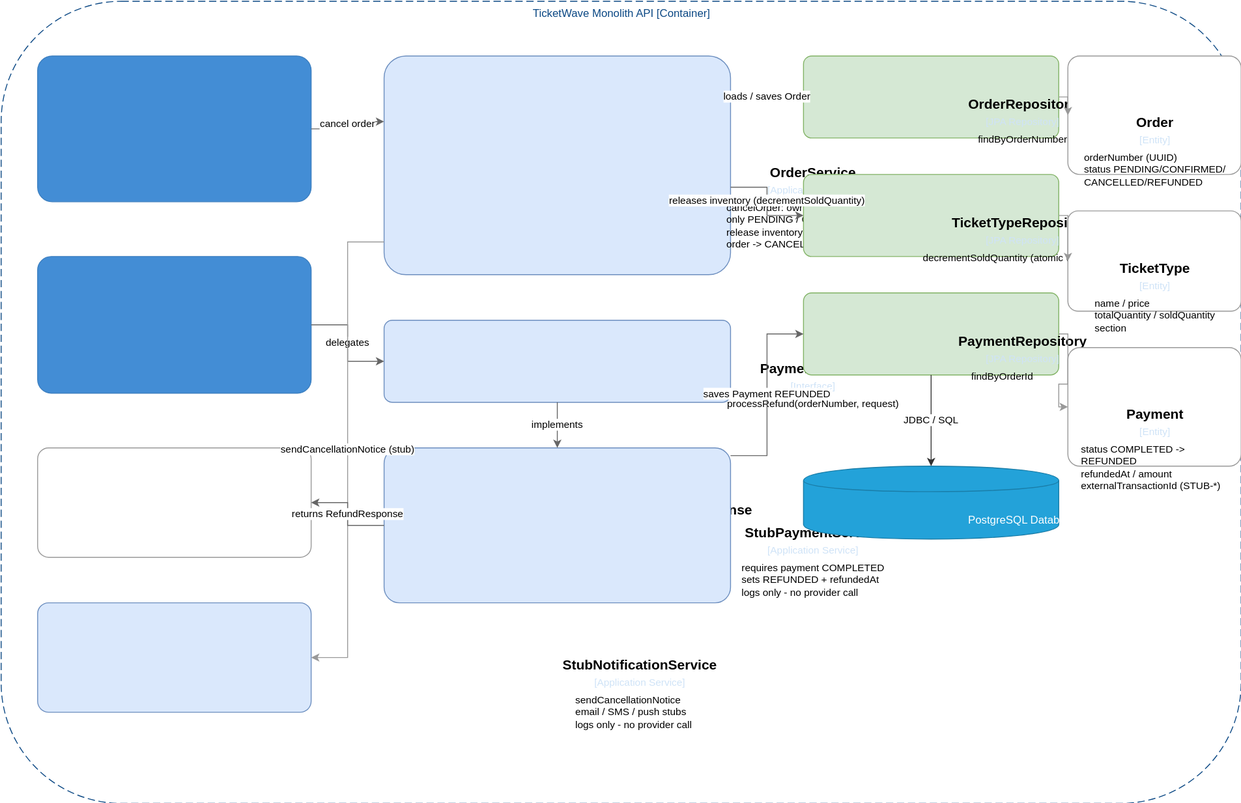
This is diagrams/c4model/ticketwave-c3-refunds-cancellations.drawio.svg from Juanchoque1206/soe-TicketWave, a draw.io export, as it was before one commit. Source tidied: cells renumbered, new cells last; positions are measured from the earlier drawing's top-left corner, leaving out a move shared by most shapes.
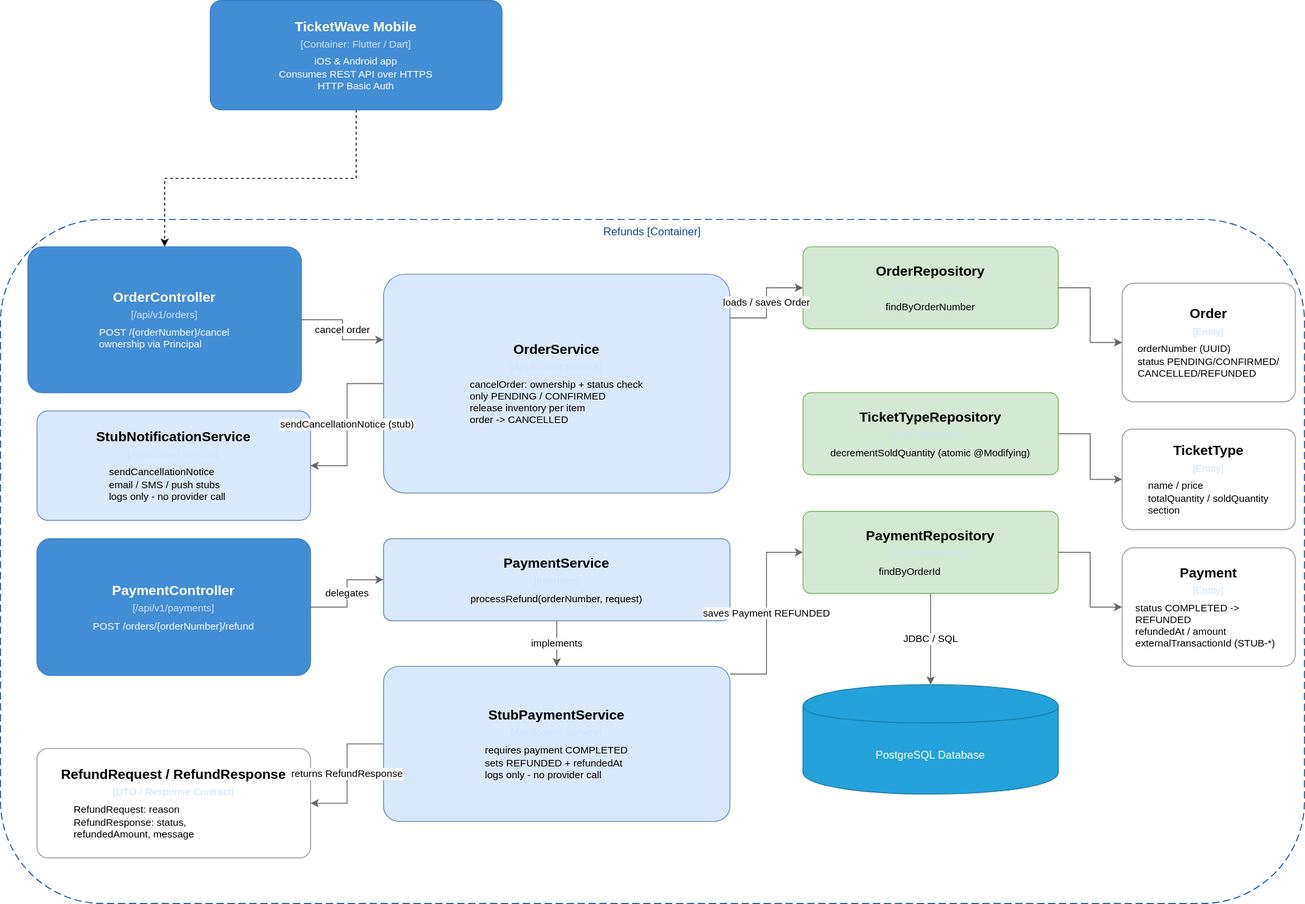
Later version of the same file.

The edit, as a diff of the source:
```diff
@@ -2,20 +2,20 @@
   <root>
     <mxCell id="0" />
     <mxCell id="1" parent="0" />
-    <mxCell id="2" value="TicketWave Monolith API [Container]" style="group;rounded=1;whiteSpace=wrap;html=1;dashed=1;strokeColor=#0b4884;fillColor=none;fontColor=#0b4884;dashPattern=8 4;" parent="1" vertex="1">
-      <mxGeometry width="1360" height="880" as="geometry" />
+    <mxCell id="2" value="Refunds [Container]" style="group;rounded=1;whiteSpace=wrap;html=1;dashed=1;strokeColor=#0b4884;fillColor=none;fontColor=#0b4884;dashPattern=8 4;" parent="1" vertex="1">
+      <mxGeometry width="1430" height="750" as="geometry" />
     </mxCell>
     <mxCell id="3" value="&lt;div style=&quot;border-color: rgb(218, 220, 224); font-size: 15px; font-weight: bold; margin-bottom: 4px;&quot;&gt;OrderController&lt;/div&gt;&lt;div style=&quot;border-color: rgb(218, 220, 224); font-size: 11px; color: rgb(207, 227, 247); margin-bottom: 6px;&quot;&gt;[/api/v1/orders]&lt;/div&gt;&lt;div style=&quot;border-color: rgb(218, 220, 224); font-size: 11px; text-align: left; padding: 0px 14px;&quot;&gt;POST /{orderNumber}/cancel&lt;/div&gt;&lt;div style=&quot;border-color: rgb(218, 220, 224); font-size: 11px; text-align: left; padding: 0px 14px;&quot;&gt;ownership via Principal&lt;/div&gt;" style="rounded=1;whiteSpace=wrap;html=1;fillColor=#438dd5;strokeColor=#3c7fc0;fontColor=#ffffff;arcSize=10;" parent="1" vertex="1">
-      <mxGeometry x="40" y="60" width="300" height="160" as="geometry" />
+      <mxGeometry x="30" y="30" width="300" height="160" as="geometry" />
     </mxCell>
     <mxCell id="4" value="&lt;div style=&quot;border-color: rgb(218, 220, 224); font-size: 15px; font-weight: bold; margin-bottom: 4px;&quot;&gt;PaymentController&lt;/div&gt;&lt;div style=&quot;border-color: rgb(218, 220, 224); font-size: 11px; color: rgb(207, 227, 247); margin-bottom: 6px;&quot;&gt;[/api/v1/payments]&lt;/div&gt;&lt;div style=&quot;border-color: rgb(218, 220, 224); font-size: 11px; text-align: left; padding: 0px 14px;&quot;&gt;POST /orders/{orderNumber}/refund&lt;/div&gt;" style="rounded=1;whiteSpace=wrap;html=1;fillColor=#438dd5;strokeColor=#3c7fc0;fontColor=#ffffff;arcSize=10;" parent="1" vertex="1">
-      <mxGeometry x="40" y="280" width="300" height="150" as="geometry" />
+      <mxGeometry x="40" y="350" width="300" height="150" as="geometry" />
     </mxCell>
     <mxCell id="5" value="&lt;div style=&quot;border-color: rgb(218, 220, 224); font-size: 15px; font-weight: bold; margin-bottom: 4px;&quot;&gt;RefundRequest / RefundResponse&lt;/div&gt;&lt;div style=&quot;border-color: rgb(218, 220, 224); font-size: 11px; color: rgb(207, 227, 247); margin-bottom: 6px;&quot;&gt;[DTO / Response Contract]&lt;/div&gt;&lt;div style=&quot;border-color: rgb(218, 220, 224); font-size: 11px; text-align: left; padding: 0px 14px;&quot;&gt;RefundRequest: reason&lt;/div&gt;&lt;div style=&quot;border-color: rgb(218, 220, 224); font-size: 11px; text-align: left; padding: 0px 14px;&quot;&gt;RefundResponse: status,&lt;/div&gt;&lt;div style=&quot;border-color: rgb(218, 220, 224); font-size: 11px; text-align: left; padding: 0px 14px;&quot;&gt;refundedAmount, message&lt;/div&gt;" style="rounded=1;whiteSpace=wrap;html=1;fillColor=#ffffff;strokeColor=#999999;arcSize=10;" parent="1" vertex="1">
-      <mxGeometry x="40" y="490" width="300" height="120" as="geometry" />
+      <mxGeometry x="40" y="580" width="300" height="120" as="geometry" />
     </mxCell>
     <mxCell id="6" value="&lt;div style=&quot;border-color: rgb(218, 220, 224); font-size: 15px; font-weight: bold; margin-bottom: 4px;&quot;&gt;StubNotificationService&lt;/div&gt;&lt;div style=&quot;border-color: rgb(218, 220, 224); font-size: 11px; color: rgb(207, 227, 247); margin-bottom: 6px;&quot;&gt;[Application Service]&lt;/div&gt;&lt;div style=&quot;border-color: rgb(218, 220, 224); font-size: 11px; text-align: left; padding: 0px 14px;&quot;&gt;sendCancellationNotice&lt;/div&gt;&lt;div style=&quot;border-color: rgb(218, 220, 224); font-size: 11px; text-align: left; padding: 0px 14px;&quot;&gt;email / SMS / push stubs&lt;/div&gt;&lt;div style=&quot;border-color: rgb(218, 220, 224); font-size: 11px; text-align: left; padding: 0px 14px;&quot;&gt;logs only - no provider call&lt;/div&gt;" style="rounded=1;whiteSpace=wrap;html=1;fillColor=#dae8fc;strokeColor=#6c8ebf;arcSize=10;" parent="1" vertex="1">
-      <mxGeometry x="40" y="660" width="300" height="120" as="geometry" />
+      <mxGeometry x="40" y="210" width="300" height="120" as="geometry" />
     </mxCell>
     <mxCell id="7" value="&lt;div style=&quot;border-color: rgb(218, 220, 224); font-size: 15px; font-weight: bold; margin-bottom: 4px;&quot;&gt;OrderService&lt;/div&gt;&lt;div style=&quot;border-color: rgb(218, 220, 224); font-size: 11px; color: rgb(207, 227, 247); margin-bottom: 6px;&quot;&gt;[Application Service]&lt;/div&gt;&lt;div style=&quot;border-color: rgb(218, 220, 224); font-size: 11px; text-align: left; padding: 0px 14px;&quot;&gt;cancelOrder: ownership + status check&lt;/div&gt;&lt;div style=&quot;border-color: rgb(218, 220, 224); font-size: 11px; text-align: left; padding: 0px 14px;&quot;&gt;only PENDING / CONFIRMED&lt;/div&gt;&lt;div style=&quot;border-color: rgb(218, 220, 224); font-size: 11px; text-align: left; padding: 0px 14px;&quot;&gt;release inventory per item&lt;/div&gt;&lt;div style=&quot;border-color: rgb(218, 220, 224); font-size: 11px; text-align: left; padding: 0px 14px;&quot;&gt;order -&gt; CANCELLED&lt;/div&gt;" style="rounded=1;whiteSpace=wrap;html=1;fillColor=#dae8fc;strokeColor=#6c8ebf;arcSize=10;" parent="1" vertex="1">
       <mxGeometry x="420" y="60" width="380" height="240" as="geometry" />
@@ -27,7 +27,7 @@
       <mxGeometry x="420" y="490" width="380" height="170" as="geometry" />
     </mxCell>
     <mxCell id="10" value="&lt;div style=&quot;border-color: rgb(218, 220, 224); font-size: 15px; font-weight: bold; margin-bottom: 4px;&quot;&gt;OrderRepository&lt;/div&gt;&lt;div style=&quot;border-color: rgb(218, 220, 224); font-size: 11px; color: rgb(207, 227, 247); margin-bottom: 6px;&quot;&gt;[JPA Repository]&lt;/div&gt;&lt;div style=&quot;border-color: rgb(218, 220, 224); font-size: 11px; text-align: left; padding: 0px 14px;&quot;&gt;findByOrderNumber&lt;/div&gt;" style="rounded=1;whiteSpace=wrap;html=1;fillColor=#d5e8d4;strokeColor=#82b366;arcSize=10;" parent="1" vertex="1">
-      <mxGeometry x="880" y="60" width="280" height="90" as="geometry" />
+      <mxGeometry x="880" y="30" width="280" height="90" as="geometry" />
     </mxCell>
     <mxCell id="11" value="&lt;div style=&quot;border-color: rgb(218, 220, 224); font-size: 15px; font-weight: bold; margin-bottom: 4px;&quot;&gt;TicketTypeRepository&lt;/div&gt;&lt;div style=&quot;border-color: rgb(218, 220, 224); font-size: 11px; color: rgb(207, 227, 247); margin-bottom: 6px;&quot;&gt;[JPA Repository]&lt;/div&gt;&lt;div style=&quot;border-color: rgb(218, 220, 224); font-size: 11px; text-align: left; padding: 0px 14px;&quot;&gt;decrementSoldQuantity (atomic @Modifying)&lt;/div&gt;" style="rounded=1;whiteSpace=wrap;html=1;fillColor=#d5e8d4;strokeColor=#82b366;arcSize=10;" parent="1" vertex="1">
       <mxGeometry x="880" y="190" width="280" height="90" as="geometry" />
@@ -36,16 +36,16 @@
       <mxGeometry x="880" y="320" width="280" height="90" as="geometry" />
     </mxCell>
     <mxCell id="13" value="PostgreSQL Database" style="shape=cylinder;whiteSpace=wrap;html=1;boundedLbl=1;backgroundOutline=1;fillColor=#23a2d9;strokeColor=#1a7da8;fontColor=#ffffff;" parent="1" vertex="1">
-      <mxGeometry x="880" y="510" width="280" height="80" as="geometry" />
+      <mxGeometry x="880" y="510" width="280" height="120" as="geometry" />
     </mxCell>
     <mxCell id="14" value="&lt;div style=&quot;border-color: rgb(218, 220, 224); font-size: 15px; font-weight: bold; margin-bottom: 4px;&quot;&gt;Order&lt;/div&gt;&lt;div style=&quot;border-color: rgb(218, 220, 224); font-size: 11px; color: rgb(207, 227, 247); margin-bottom: 6px;&quot;&gt;[Entity]&lt;/div&gt;&lt;div style=&quot;border-color: rgb(218, 220, 224); font-size: 11px; text-align: left; padding: 0px 14px;&quot;&gt;orderNumber (UUID)&lt;/div&gt;&lt;div style=&quot;border-color: rgb(218, 220, 224); font-size: 11px; text-align: left; padding: 0px 14px;&quot;&gt;status PENDING/CONFIRMED/&lt;/div&gt;&lt;div style=&quot;border-color: rgb(218, 220, 224); font-size: 11px; text-align: left; padding: 0px 14px;&quot;&gt;CANCELLED/REFUNDED&lt;/div&gt;" style="rounded=1;whiteSpace=wrap;html=1;fillColor=#ffffff;strokeColor=#999999;arcSize=10;" parent="1" vertex="1">
-      <mxGeometry x="1170" y="60" width="190" height="130" as="geometry" />
+      <mxGeometry x="1230" y="70" width="190" height="130" as="geometry" />
     </mxCell>
     <mxCell id="15" value="&lt;div style=&quot;border-color: rgb(218, 220, 224); font-size: 15px; font-weight: bold; margin-bottom: 4px;&quot;&gt;TicketType&lt;/div&gt;&lt;div style=&quot;border-color: rgb(218, 220, 224); font-size: 11px; color: rgb(207, 227, 247); margin-bottom: 6px;&quot;&gt;[Entity]&lt;/div&gt;&lt;div style=&quot;border-color: rgb(218, 220, 224); font-size: 11px; text-align: left; padding: 0px 14px;&quot;&gt;name / price&lt;/div&gt;&lt;div style=&quot;border-color: rgb(218, 220, 224); font-size: 11px; text-align: left; padding: 0px 14px;&quot;&gt;totalQuantity / soldQuantity&lt;/div&gt;&lt;div style=&quot;border-color: rgb(218, 220, 224); font-size: 11px; text-align: left; padding: 0px 14px;&quot;&gt;section&lt;/div&gt;" style="rounded=1;whiteSpace=wrap;html=1;fillColor=#ffffff;strokeColor=#999999;arcSize=10;" parent="1" vertex="1">
-      <mxGeometry x="1170" y="230" width="190" height="110" as="geometry" />
+      <mxGeometry x="1230" y="230" width="190" height="110" as="geometry" />
     </mxCell>
     <mxCell id="16" value="&lt;div style=&quot;border-color: rgb(218, 220, 224); font-size: 15px; font-weight: bold; margin-bottom: 4px;&quot;&gt;Payment&lt;/div&gt;&lt;div style=&quot;border-color: rgb(218, 220, 224); font-size: 11px; color: rgb(207, 227, 247); margin-bottom: 6px;&quot;&gt;[Entity]&lt;/div&gt;&lt;div style=&quot;border-color: rgb(218, 220, 224); font-size: 11px; text-align: left; padding: 0px 14px;&quot;&gt;status COMPLETED -&gt; REFUNDED&lt;/div&gt;&lt;div style=&quot;border-color: rgb(218, 220, 224); font-size: 11px; text-align: left; padding: 0px 14px;&quot;&gt;refundedAt / amount&lt;/div&gt;&lt;div style=&quot;border-color: rgb(218, 220, 224); font-size: 11px; text-align: left; padding: 0px 14px;&quot;&gt;externalTransactionId (STUB-*)&lt;/div&gt;" style="rounded=1;whiteSpace=wrap;html=1;fillColor=#ffffff;strokeColor=#999999;arcSize=10;" parent="1" vertex="1">
-      <mxGeometry x="1170" y="380" width="190" height="130" as="geometry" />
+      <mxGeometry x="1230" y="360" width="190" height="130" as="geometry" />
     </mxCell>
     <mxCell id="17" value="cancel order" style="edgeStyle=orthogonalEdgeStyle;rounded=0;html=1;strokeColor=#666666;exitX=1;exitY=0.5;entryX=0;entryY=0.3;" parent="1" edge="1" source="3" target="7">
       <mxGeometry relative="1" as="geometry" />
@@ -59,10 +59,7 @@
     <mxCell id="20" value="loads / saves Order" style="edgeStyle=orthogonalEdgeStyle;rounded=0;html=1;strokeColor=#666666;exitX=1;exitY=0.2;entryX=0;entryY=0.5;" parent="1" edge="1" source="7" target="10">
       <mxGeometry relative="1" as="geometry" />
     </mxCell>
-    <mxCell id="21" value="releases inventory (decrementSoldQuantity)" style="edgeStyle=orthogonalEdgeStyle;rounded=0;html=1;strokeColor=#666666;exitX=1;exitY=0.6;entryX=0;entryY=0.5;" parent="1" edge="1" source="7" target="11">
-      <mxGeometry relative="1" as="geometry" />
-    </mxCell>
-    <mxCell id="22" value="sendCancellationNotice (stub)" style="edgeStyle=orthogonalEdgeStyle;rounded=0;html=1;strokeColor=#666666;strokeColor=#999999;exitX=0;exitY=0.85;entryX=1;entryY=0.5;" parent="1" edge="1" source="7" target="6">
+    <mxCell id="22" value="sendCancellationNotice (stub)" style="edgeStyle=orthogonalEdgeStyle;rounded=0;html=1;strokeColor=#666666;exitX=0;exitY=0.5;entryX=1;entryY=0.5;exitDx=0;exitDy=0;" parent="1" edge="1" source="7" target="6">
       <mxGeometry relative="1" as="geometry" />
     </mxCell>
     <mxCell id="23" value="saves Payment REFUNDED" style="edgeStyle=orthogonalEdgeStyle;rounded=0;html=1;strokeColor=#666666;exitX=1;exitY=0.05;entryX=0;entryY=0.5;" parent="1" edge="1" source="9" target="12">
@@ -71,17 +68,23 @@
     <mxCell id="24" value="returns RefundResponse" style="edgeStyle=orthogonalEdgeStyle;rounded=0;html=1;strokeColor=#666666;exitX=0;exitY=0.5;entryX=1;entryY=0.5;" parent="1" edge="1" source="9" target="5">
       <mxGeometry relative="1" as="geometry" />
     </mxCell>
-    <mxCell id="25" style="edgeStyle=orthogonalEdgeStyle;rounded=0;html=1;strokeColor=#666666;strokeColor=#999999;exitX=1;exitY=0.5;entryX=0;entryY=0.5;" parent="1" edge="1" source="10" target="14">
+    <mxCell id="25" style="edgeStyle=orthogonalEdgeStyle;rounded=0;html=1;strokeColor=#666666;exitX=1;exitY=0.5;entryX=0;entryY=0.5;" parent="1" edge="1" source="10" target="14">
       <mxGeometry relative="1" as="geometry" />
     </mxCell>
-    <mxCell id="26" style="edgeStyle=orthogonalEdgeStyle;rounded=0;html=1;strokeColor=#666666;strokeColor=#999999;exitX=1;exitY=0.5;entryX=0;entryY=0.5;" parent="1" edge="1" source="11" target="15">
+    <mxCell id="26" style="edgeStyle=orthogonalEdgeStyle;rounded=0;html=1;strokeColor=#666666;exitX=1;exitY=0.5;entryX=0;entryY=0.5;" parent="1" edge="1" source="11" target="15">
       <mxGeometry relative="1" as="geometry" />
     </mxCell>
-    <mxCell id="27" style="edgeStyle=orthogonalEdgeStyle;rounded=0;html=1;strokeColor=#666666;strokeColor=#999999;exitX=1;exitY=0.5;entryX=0;entryY=0.5;" parent="1" edge="1" source="12" target="16">
+    <mxCell id="27" style="edgeStyle=orthogonalEdgeStyle;rounded=0;html=1;strokeColor=#666666;exitX=1;exitY=0.5;entryX=0;entryY=0.5;" parent="1" edge="1" source="12" target="16">
       <mxGeometry relative="1" as="geometry" />
     </mxCell>
-    <mxCell id="28" value="JDBC / SQL" style="edgeStyle=orthogonalEdgeStyle;rounded=0;html=1;strokeColor=#666666;strokeColor=#333333;exitX=0.5;exitY=1;entryX=0.5;entryY=0;" parent="1" edge="1" source="12" target="13">
+    <mxCell id="28" value="JDBC / SQL" style="edgeStyle=orthogonalEdgeStyle;rounded=0;html=1;strokeColor=#666666;exitX=0.5;exitY=1;entryX=0.5;entryY=0;" parent="1" edge="1" source="12" target="13">
       <mxGeometry relative="1" as="geometry" />
     </mxCell>
+    <mxCell id="29" style="edgeStyle=orthogonalEdgeStyle;rounded=0;jettySize=auto;html=1;dashed=1;" parent="1" edge="1" source="30" target="3">
+      <mxGeometry relative="1" as="geometry" />
+    </mxCell>
+    <mxCell id="30" value="&lt;div style=&quot;border-color: rgb(218, 220, 224); font-size: 15px; font-weight: bold; margin-bottom: 4px;&quot;&gt;TicketWave Mobile&lt;/div&gt;&lt;div style=&quot;border-color: rgb(218, 220, 224); font-size: 11px; color: rgb(207, 227, 247); margin-bottom: 6px;&quot;&gt;[Container: Flutter / Dart]&lt;/div&gt;&lt;div style=&quot;border-color: rgb(218, 220, 224); font-size: 11px;&quot;&gt;iOS &amp;amp; Android app&lt;/div&gt;&lt;div style=&quot;border-color: rgb(218, 220, 224); font-size: 11px;&quot;&gt;Consumes REST API over HTTPS&lt;/div&gt;&lt;div style=&quot;border-color: rgb(218, 220, 224); font-size: 11px;&quot;&gt;HTTP Basic Auth&lt;/div&gt;" style="rounded=1;whiteSpace=wrap;html=1;fillColor=#438dd5;strokeColor=#3c7fc0;fontColor=#ffffff;arcSize=10;" parent="1" vertex="1">
+      <mxGeometry x="230" y="-240" width="320" height="120" as="geometry" />
+    </mxCell>
   </root>
 </mxGraphModel>
```
